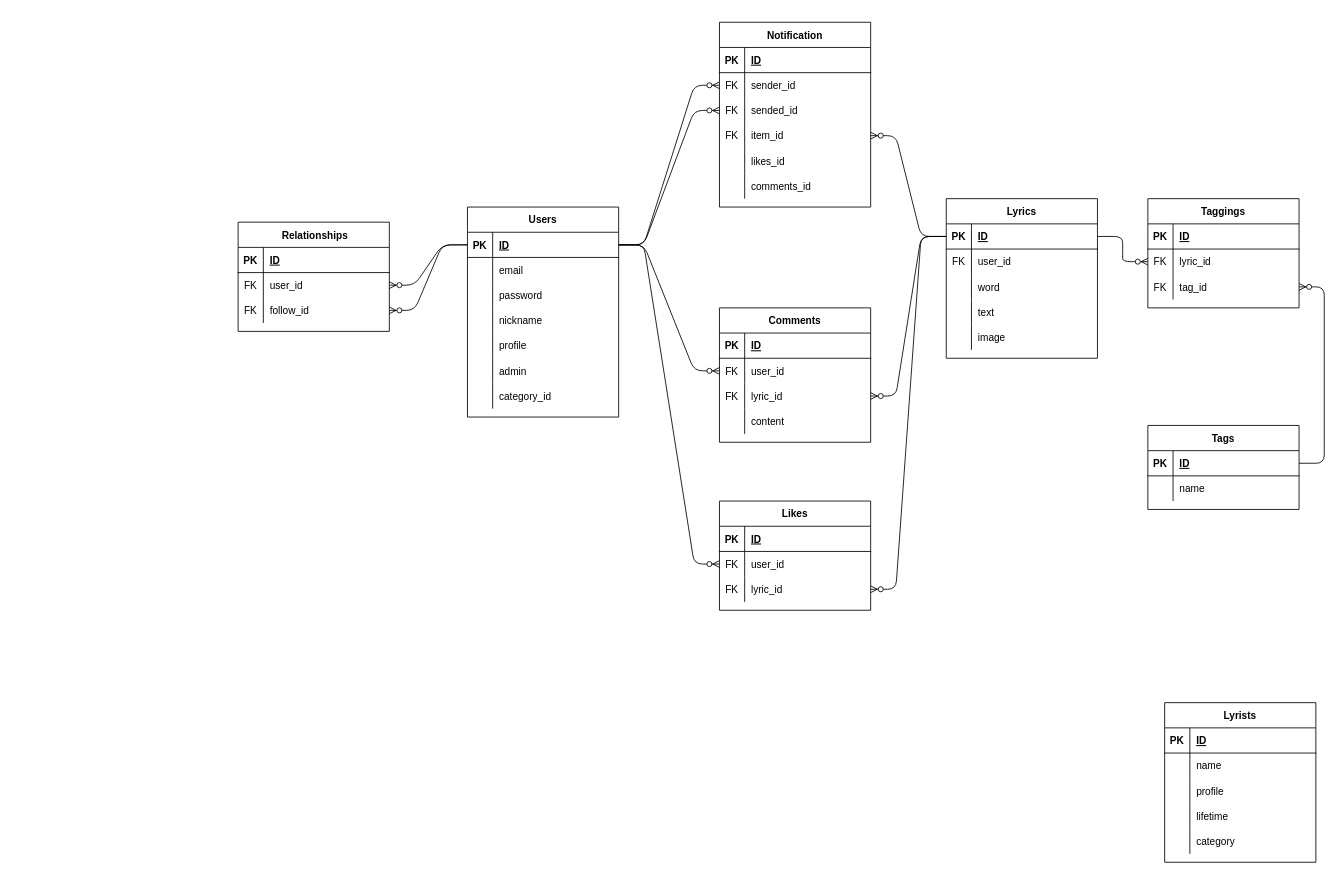
Above: lyricomic.dio in fmnature/lyricomic (draw.io), before the change. Source tidied: cells renumbered, new cells numbered last; positions are measured from the earlier drawing's top-left corner, leaving out a move shared by most shapes. Both pictures are drawn from the tidied source at 84%, with x=0, y=0 at pixel (238, 22).
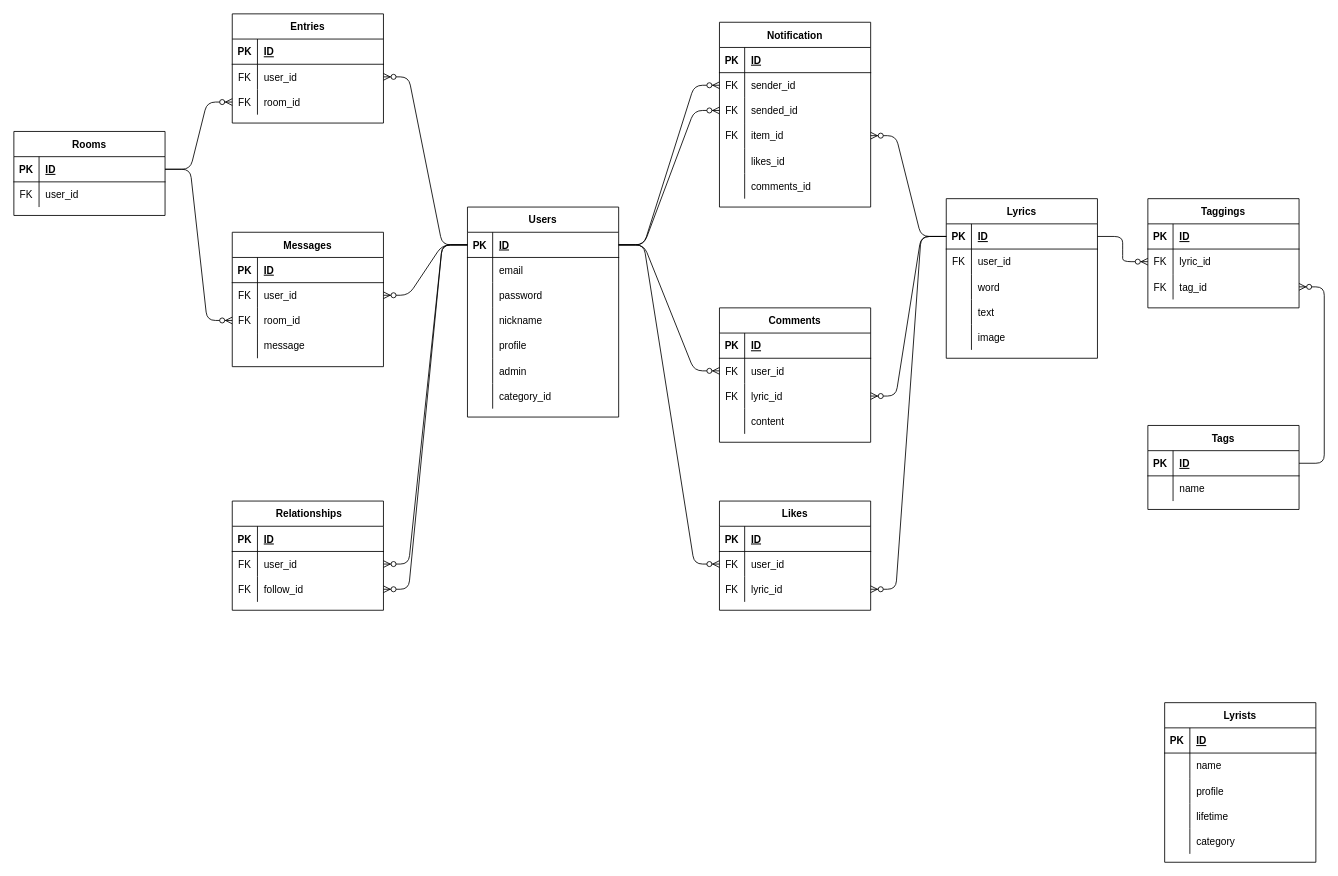
Above is the later version.

The change refers to these unchanged cells:
```xml
<mxCell id="3" style="shape=partialRectangle;fillColor=none;top=0;left=0;bottom=1;right=0;points=[[0,0.5],[1,0.5]];portConstraint=eastwest;" parent="2" vertex="1">
  <mxGeometry y="30" width="180" height="30" as="geometry" />
</mxCell>
```

What changed in the source:
```diff
@@
     <mxCell id="92" value=" Relationships" style="shape=table;startSize=30;childLayout=tableLayout;rowLines=0;fontStyle=1;align=center;" parent="1" vertex="1">
-      <mxGeometry y="238" width="180" height="130" as="geometry" />
+      <mxGeometry x="-7" y="570" width="180" height="130" as="geometry" />
     </mxCell>
@@
+    <mxCell id="136" value="Rooms" style="shape=table;startSize=30;childLayout=tableLayout;rowLines=0;fontStyle=1;align=center;" parent="1" vertex="1">
+      <mxGeometry x="-267" y="130" width="180" height="100" as="geometry" />
+    </mxCell>
+    <mxCell id="137" style="shape=partialRectangle;fillColor=none;top=0;left=0;bottom=1;right=0;points=[[0,0.5],[1,0.5]];portConstraint=eastwest;" parent="136" vertex="1">
+      <mxGeometry y="30" width="180" height="30" as="geometry" />
+    </mxCell>
+    <mxCell id="138" value="PK" style="shape=partialRectangle;fillColor=none;top=0;left=0;bottom=0;right=0;fontStyle=1;overflow=hidden;" parent="137" vertex="1">
+      <mxGeometry width="30" height="30" as="geometry" />
+    </mxCell>
+    <mxCell id="139" value="ID" style="shape=partialRectangle;fillColor=none;top=0;left=0;bottom=0;right=0;align=left;spacingLeft=6;fontStyle=5;overflow=hidden;" parent="137" vertex="1">
+      <mxGeometry x="30" width="150" height="30" as="geometry" />
+    </mxCell>
+    <mxCell id="140" style="shape=partialRectangle;fillColor=none;top=0;left=0;bottom=0;right=0;" parent="136" vertex="1">
+      <mxGeometry y="60" width="180" height="30" as="geometry" />
+    </mxCell>
+    <mxCell id="141" value="FK" style="shape=partialRectangle;fillColor=none;top=0;left=0;bottom=0;right=0;fontStyle=0;overflow=hidden;" parent="140" vertex="1">
+      <mxGeometry width="30" height="30" as="geometry" />
+    </mxCell>
+    <mxCell id="142" value="user_id" style="shape=partialRectangle;fillColor=none;top=0;left=0;bottom=0;right=0;align=left;spacingLeft=6;fontStyle=0;overflow=hidden;" parent="140" vertex="1">
+      <mxGeometry x="30" width="150" height="30" as="geometry" />
+    </mxCell>
+    <mxCell id="143" value="Entries" style="shape=table;startSize=30;childLayout=tableLayout;rowLines=0;fontStyle=1;align=center;" parent="1" vertex="1">
+      <mxGeometry x="-7" y="-10" width="180" height="130" as="geometry" />
+    </mxCell>
+    <mxCell id="144" style="shape=partialRectangle;fillColor=none;top=0;left=0;bottom=1;right=0;" parent="143" vertex="1">
+      <mxGeometry y="30" width="180" height="30" as="geometry" />
+    </mxCell>
+    <mxCell id="145" value="PK" style="shape=partialRectangle;fillColor=none;top=0;left=0;bottom=0;right=0;fontStyle=1;overflow=hidden;" parent="144" vertex="1">
+      <mxGeometry width="30" height="30" as="geometry" />
+    </mxCell>
+    <mxCell id="146" value="ID" style="shape=partialRectangle;fillColor=none;top=0;left=0;bottom=0;right=0;align=left;spacingLeft=6;fontStyle=5;overflow=hidden;" parent="144" vertex="1">
+      <mxGeometry x="30" width="150" height="30" as="geometry" />
+    </mxCell>
+    <mxCell id="147" style="shape=partialRectangle;fillColor=none;top=0;left=0;bottom=0;right=0;points=[[0,0.5],[1,0.5]];portConstraint=eastwest;" parent="143" vertex="1">
+      <mxGeometry y="60" width="180" height="30" as="geometry" />
+    </mxCell>
+    <mxCell id="148" value="FK" style="shape=partialRectangle;fillColor=none;top=0;left=0;bottom=0;right=0;fontStyle=0;overflow=hidden;" parent="147" vertex="1">
+      <mxGeometry width="30" height="30" as="geometry" />
+    </mxCell>
+    <mxCell id="149" value="user_id" style="shape=partialRectangle;fillColor=none;top=0;left=0;bottom=0;right=0;align=left;spacingLeft=6;fontStyle=0;overflow=hidden;" parent="147" vertex="1">
+      <mxGeometry x="30" width="150" height="30" as="geometry" />
+    </mxCell>
+    <mxCell id="150" style="shape=partialRectangle;fillColor=none;top=0;left=0;bottom=0;right=0;points=[[0,0.5],[1,0.5]];portConstraint=eastwest;" parent="143" vertex="1">
+      <mxGeometry y="90" width="180" height="30" as="geometry" />
+    </mxCell>
+    <mxCell id="151" value="FK" style="shape=partialRectangle;fillColor=none;top=0;left=0;bottom=0;right=0;fontStyle=0;overflow=hidden;" parent="150" vertex="1">
+      <mxGeometry width="30" height="30" as="geometry" />
+    </mxCell>
+    <mxCell id="152" value="room_id" style="shape=partialRectangle;fillColor=none;top=0;left=0;bottom=0;right=0;align=left;spacingLeft=6;fontStyle=0;overflow=hidden;" parent="150" vertex="1">
+      <mxGeometry x="30" width="150" height="30" as="geometry" />
+    </mxCell>
+    <mxCell id="153" value="Messages" style="shape=table;startSize=30;childLayout=tableLayout;rowLines=0;fontStyle=1;align=center;" parent="1" vertex="1">
+      <mxGeometry x="-7" y="250" width="180" height="160" as="geometry" />
+    </mxCell>
+    <mxCell id="154" style="shape=partialRectangle;fillColor=none;top=0;left=0;bottom=1;right=0;" parent="153" vertex="1">
+      <mxGeometry y="30" width="180" height="30" as="geometry" />
+    </mxCell>
+    <mxCell id="155" value="PK" style="shape=partialRectangle;fillColor=none;top=0;left=0;bottom=0;right=0;fontStyle=1;overflow=hidden;" parent="154" vertex="1">
+      <mxGeometry width="30" height="30" as="geometry" />
+    </mxCell>
+    <mxCell id="156" value="ID" style="shape=partialRectangle;fillColor=none;top=0;left=0;bottom=0;right=0;align=left;spacingLeft=6;fontStyle=5;overflow=hidden;" parent="154" vertex="1">
+      <mxGeometry x="30" width="150" height="30" as="geometry" />
+    </mxCell>
+    <mxCell id="157" style="shape=partialRectangle;fillColor=none;top=0;left=0;bottom=0;right=0;points=[[0,0.5],[1,0.5]];portConstraint=eastwest;" parent="153" vertex="1">
+      <mxGeometry y="60" width="180" height="30" as="geometry" />
+    </mxCell>
+    <mxCell id="158" value="FK" style="shape=partialRectangle;fillColor=none;top=0;left=0;bottom=0;right=0;fontStyle=0;overflow=hidden;" parent="157" vertex="1">
+      <mxGeometry width="30" height="30" as="geometry" />
+    </mxCell>
+    <mxCell id="159" value="user_id" style="shape=partialRectangle;fillColor=none;top=0;left=0;bottom=0;right=0;align=left;spacingLeft=6;fontStyle=0;overflow=hidden;" parent="157" vertex="1">
+      <mxGeometry x="30" width="150" height="30" as="geometry" />
+    </mxCell>
+    <mxCell id="160" style="shape=partialRectangle;fillColor=none;top=0;left=0;bottom=0;right=0;points=[[0,0.5],[1,0.5]];portConstraint=eastwest;" parent="153" vertex="1">
+      <mxGeometry y="90" width="180" height="30" as="geometry" />
+    </mxCell>
+    <mxCell id="161" value="FK" style="shape=partialRectangle;fillColor=none;top=0;left=0;bottom=0;right=0;fontStyle=0;overflow=hidden;" parent="160" vertex="1">
+      <mxGeometry width="30" height="30" as="geometry" />
+    </mxCell>
+    <mxCell id="162" value="room_id" style="shape=partialRectangle;fillColor=none;top=0;left=0;bottom=0;right=0;align=left;spacingLeft=6;fontStyle=0;overflow=hidden;" parent="160" vertex="1">
+      <mxGeometry x="30" width="150" height="30" as="geometry" />
+    </mxCell>
+    <mxCell id="163" style="shape=partialRectangle;fillColor=none;top=0;left=0;bottom=0;right=0;" parent="153" vertex="1">
+      <mxGeometry y="120" width="180" height="30" as="geometry" />
+    </mxCell>
+    <mxCell id="164" style="shape=partialRectangle;fillColor=none;top=0;left=0;bottom=0;right=0;overflow=hidden;" parent="163" vertex="1">
+      <mxGeometry width="30" height="30" as="geometry" />
+    </mxCell>
+    <mxCell id="165" value="message" style="shape=partialRectangle;fillColor=none;top=0;left=0;bottom=0;right=0;align=left;spacingLeft=6;overflow=hidden;" parent="163" vertex="1">
+      <mxGeometry x="30" width="150" height="30" as="geometry" />
+    </mxCell>
+    <mxCell id="166" style="edgeStyle=entityRelationEdgeStyle;fontSize=12;html=1;endArrow=ERzeroToMany;endFill=1;exitX=0;exitY=0.5;exitDx=0;exitDy=0;entryX=1;entryY=0.5;entryDx=0;entryDy=0;" parent="1" edge="1" source="3" target="157">
+      <mxGeometry relative="1" as="geometry" />
+    </mxCell>
+    <mxCell id="167" style="edgeStyle=entityRelationEdgeStyle;fontSize=12;html=1;endArrow=ERzeroToMany;endFill=1;entryX=1;entryY=0.5;entryDx=0;entryDy=0;exitX=0;exitY=0.5;exitDx=0;exitDy=0;" parent="1" edge="1" source="3" target="147">
+      <mxGeometry relative="1" as="geometry" />
+    </mxCell>
+    <mxCell id="168" style="edgeStyle=entityRelationEdgeStyle;fontSize=12;html=1;endArrow=ERzeroToMany;endFill=1;exitX=1;exitY=0.5;exitDx=0;exitDy=0;" parent="1" edge="1" source="137" target="150">
+      <mxGeometry relative="1" as="geometry" />
+    </mxCell>
+    <mxCell id="169" style="edgeStyle=entityRelationEdgeStyle;fontSize=12;html=1;endArrow=ERzeroToMany;endFill=1;exitX=1;exitY=0.5;exitDx=0;exitDy=0;entryX=0;entryY=0.5;entryDx=0;entryDy=0;" parent="1" edge="1" source="137" target="160">
+      <mxGeometry relative="1" as="geometry" />
+    </mxCell>
```
